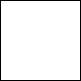
Before: CH-2/flowchart CH-2.png, a diagram exported from draw.io (yasirrizieq/yasir-rizieq). Source tidied: cells renumbered, new cells last; positions are measured from the earlier drawing's top-left corner, leaving out a move shared by most shapes. Source of this version:
```xml
<mxGraphModel>
  <root>
    <mxCell id="0" />
    <mxCell id="1" parent="0" />
    <mxCell id="2" style="whiteSpace=wrap;html=1;" parent="1" vertex="1">
      <mxGeometry width="80" height="80" as="geometry" />
    </mxCell>
  </root>
</mxGraphModel>
```
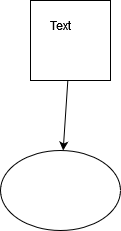
After the change.

Change to the diagram source:
```diff
@@ -5,5 +5,14 @@
     <mxCell id="2" style="whiteSpace=wrap;html=1;" parent="1" vertex="1">
       <mxGeometry width="80" height="80" as="geometry" />
     </mxCell>
+    <mxCell id="3" value="Text" style="text;html=1;strokeColor=none;fillColor=none;align=center;verticalAlign=middle;whiteSpace=wrap;rounded=0;" parent="1" vertex="1">
+      <mxGeometry y="10" width="60" height="30" as="geometry" />
+    </mxCell>
+    <mxCell id="4" style="endArrow=classic;html=1;rounded=0;" parent="1" edge="1" source="2" target="5">
+      <mxGeometry relative="1" as="geometry" />
+    </mxCell>
+    <mxCell id="5" style="ellipse;whiteSpace=wrap;html=1;" parent="1" vertex="1">
+      <mxGeometry x="-30" y="150" width="120" height="80" as="geometry" />
+    </mxCell>
   </root>
 </mxGraphModel>
```
